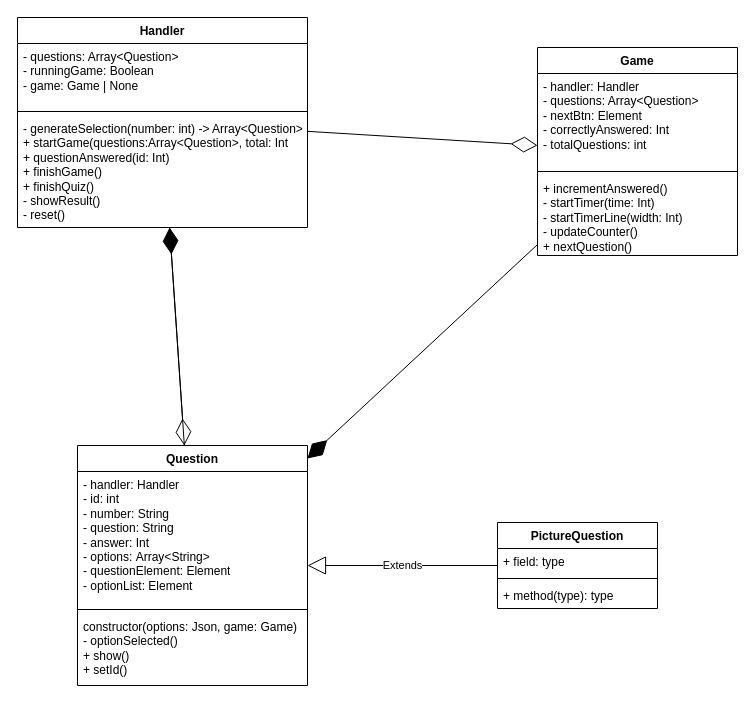
Earlier version of the draw.io diagram Quiz__Class_Diagramm.drawio (lewingrunenberg/tdgt-quiz). Source tidied: cells renumbered, new cells numbered last; positions are measured from the earlier drawing's top-left corner, leaving out a move shared by most shapes. Both pictures are drawn from the tidied source at 100%, with x=0, y=0 at pixel (17, 17).
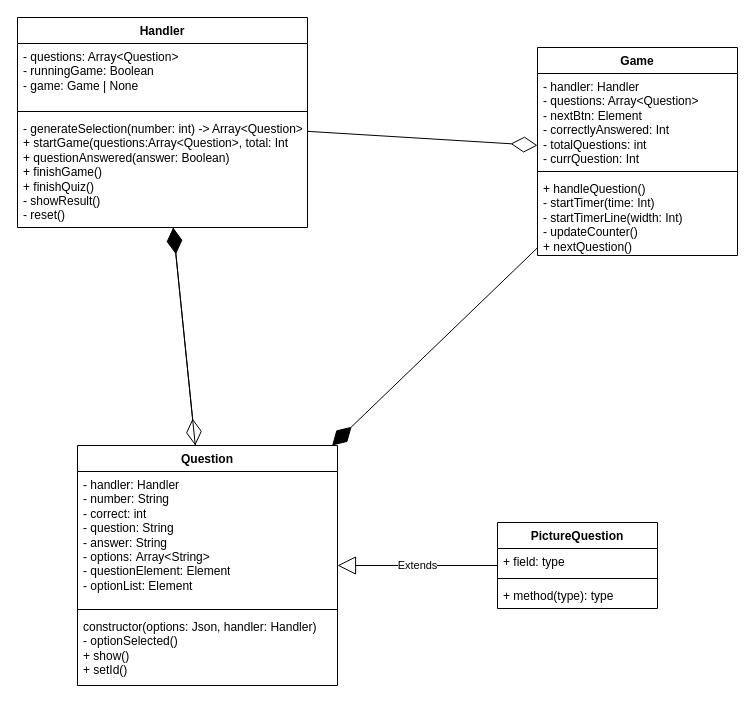
Above is the later version.

Commit message (it also covers changes not shown here):
updated class diagram added functions and constructor to the classes

Unchanged cells that the change refers to:
```xml
<mxCell id="2" value="Handler" style="swimlane;fontStyle=1;align=center;verticalAlign=top;horizontal=1;startSize=26;whiteSpace=wrap;html=1;" parent="1" vertex="1">
  <mxGeometry width="290" height="210" as="geometry" />
</mxCell>
<mxCell id="6" value="Game" style="swimlane;fontStyle=1;align=center;verticalAlign=top;horizontal=1;startSize=26;whiteSpace=wrap;html=1;" parent="1" vertex="1">
  <mxGeometry x="520" y="30" width="200" height="208" as="geometry" />
</mxCell>
```

Change to the diagram source:
```diff
@@
-    <mxCell id="5" value="- generateSelection(number: int) -&amp;gt; Array&amp;lt;Question&amp;gt;&lt;div&gt;+ startGame(questions:Array&amp;lt;Question&amp;gt;, total: Int&lt;/div&gt;&lt;div&gt;+ questionAnswered(id: Int)&lt;/div&gt;&lt;div&gt;+ finishGame()&lt;/div&gt;&lt;div&gt;+ finishQuiz()&lt;/div&gt;&lt;div&gt;- showResult()&lt;/div&gt;&lt;div&gt;- reset()&lt;/div&gt;" style="text;strokeColor=none;fillColor=none;align=left;verticalAlign=top;spacingLeft=4;spacingRight=4;overflow=hidden;whiteSpace=wrap;html=1;" parent="2" vertex="1">
+    <mxCell id="5" value="- generateSelection(number: int) -&amp;gt; Array&amp;lt;Question&amp;gt;&lt;div&gt;+ startGame(questions:Array&amp;lt;Question&amp;gt;, total: Int&lt;/div&gt;&lt;div&gt;+ questionAnswered(answer: Boolean)&lt;/div&gt;&lt;div&gt;+ finishGame()&lt;/div&gt;&lt;div&gt;+ finishQuiz()&lt;/div&gt;&lt;div&gt;- showResult()&lt;/div&gt;&lt;div&gt;- reset()&lt;/div&gt;" style="text;strokeColor=none;fillColor=none;align=left;verticalAlign=top;spacingLeft=4;spacingRight=4;overflow=hidden;whiteSpace=wrap;html=1;" parent="2" vertex="1">
       <mxGeometry y="98" width="290" height="112" as="geometry" />
     </mxCell>
@@
-    <mxCell id="7" value="- handler: Handler&lt;div&gt;- questions: Array&amp;lt;Question&amp;gt;&lt;/div&gt;&lt;div&gt;- nextBtn: Element&lt;/div&gt;&lt;div&gt;- correctlyAnswered: Int&lt;/div&gt;&lt;div&gt;- totalQuestions: int&lt;/div&gt;" style="text;strokeColor=none;fillColor=none;align=left;verticalAlign=top;spacingLeft=4;spacingRight=4;overflow=hidden;whiteSpace=wrap;html=1;" parent="6" vertex="1">
+    <mxCell id="7" value="- handler: Handler&lt;div&gt;- questions: Array&amp;lt;Question&amp;gt;&lt;/div&gt;&lt;div&gt;- nextBtn: Element&lt;/div&gt;&lt;div&gt;- correctlyAnswered: Int&lt;/div&gt;&lt;div&gt;- totalQuestions: int&lt;/div&gt;&lt;div&gt;- currQuestion: Int&lt;/div&gt;" style="text;strokeColor=none;fillColor=none;align=left;verticalAlign=top;spacingLeft=4;spacingRight=4;overflow=hidden;whiteSpace=wrap;html=1;" parent="6" vertex="1">
       <mxGeometry y="26" width="200" height="94" as="geometry" />
     </mxCell>
@@
-    <mxCell id="9" value="+ incrementAnswered()&lt;div&gt;- startTimer(time: Int)&lt;/div&gt;&lt;div&gt;- startTimerLine(width: Int)&lt;/div&gt;&lt;div&gt;- updateCounter()&lt;/div&gt;&lt;div&gt;+ nextQuestion()&lt;/div&gt;&lt;div&gt;&lt;br&gt;&lt;/div&gt;" style="text;strokeColor=none;fillColor=none;align=left;verticalAlign=top;spacingLeft=4;spacingRight=4;overflow=hidden;whiteSpace=wrap;html=1;" parent="6" vertex="1">
+    <mxCell id="9" value="+ handleQuestion()&lt;div&gt;- startTimer(time: Int)&lt;/div&gt;&lt;div&gt;- startTimerLine(width: Int)&lt;/div&gt;&lt;div&gt;- updateCounter()&lt;/div&gt;&lt;div&gt;+ nextQuestion()&lt;/div&gt;&lt;div&gt;&lt;br&gt;&lt;/div&gt;" style="text;strokeColor=none;fillColor=none;align=left;verticalAlign=top;spacingLeft=4;spacingRight=4;overflow=hidden;whiteSpace=wrap;html=1;" parent="6" vertex="1">
       <mxGeometry y="128" width="200" height="80" as="geometry" />
     </mxCell>
     <mxCell id="10" value="Question" style="swimlane;fontStyle=1;align=center;verticalAlign=top;horizontal=1;startSize=26;whiteSpace=wrap;html=1;" parent="1" vertex="1">
-      <mxGeometry x="60" y="428" width="230" height="240" as="geometry" />
+      <mxGeometry x="60" y="428" width="260" height="240" as="geometry" />
     </mxCell>
-    <mxCell id="11" value="- handler: Handler&lt;div&gt;- id: int&lt;/div&gt;&lt;div&gt;- number: String&lt;/div&gt;&lt;div&gt;- question: String&lt;/div&gt;&lt;div&gt;- answer: Int&lt;/div&gt;&lt;div&gt;- options:&amp;nbsp;&lt;span style=&quot;background-color: transparent; color: light-dark(rgb(0, 0, 0), rgb(255, 255, 255));&quot;&gt;Array&amp;lt;String&amp;gt;&lt;/span&gt;&lt;/div&gt;&lt;div&gt;&lt;span style=&quot;background-color: transparent; color: light-dark(rgb(0, 0, 0), rgb(255, 255, 255));&quot;&gt;- questionElement: Element&lt;/span&gt;&lt;/div&gt;&lt;div&gt;&lt;span style=&quot;background-color: transparent; color: light-dark(rgb(0, 0, 0), rgb(255, 255, 255));&quot;&gt;- optionList: Element&lt;/span&gt;&lt;/div&gt;" style="text;strokeColor=none;fillColor=none;align=left;verticalAlign=top;spacingLeft=4;spacingRight=4;overflow=hidden;whiteSpace=wrap;html=1;" parent="10" vertex="1">
-      <mxGeometry y="26" width="230" height="134" as="geometry" />
+    <mxCell id="11" value="- handler: Handler&lt;div&gt;- number: String&lt;/div&gt;&lt;div&gt;- correct: int&lt;/div&gt;&lt;div&gt;- question: String&lt;/div&gt;&lt;div&gt;- answer: String&lt;/div&gt;&lt;div&gt;- options:&amp;nbsp;&lt;span style=&quot;background-color: transparent; color: light-dark(rgb(0, 0, 0), rgb(255, 255, 255));&quot;&gt;Array&amp;lt;String&amp;gt;&lt;/span&gt;&lt;/div&gt;&lt;div&gt;&lt;span style=&quot;background-color: transparent; color: light-dark(rgb(0, 0, 0), rgb(255, 255, 255));&quot;&gt;- questionElement: Element&lt;/span&gt;&lt;/div&gt;&lt;div&gt;&lt;span style=&quot;background-color: transparent; color: light-dark(rgb(0, 0, 0), rgb(255, 255, 255));&quot;&gt;- optionList: Element&lt;/span&gt;&lt;/div&gt;" style="text;strokeColor=none;fillColor=none;align=left;verticalAlign=top;spacingLeft=4;spacingRight=4;overflow=hidden;whiteSpace=wrap;html=1;" parent="10" vertex="1">
+      <mxGeometry y="26" width="260" height="134" as="geometry" />
     </mxCell>
     <mxCell id="12" style="line;strokeWidth=1;fillColor=none;align=left;verticalAlign=middle;spacingTop=-1;spacingLeft=3;spacingRight=3;labelPosition=right;strokeColor=inherit;" parent="10" vertex="1">
-      <mxGeometry y="160" width="230" height="8" as="geometry" />
+      <mxGeometry y="160" width="260" height="8" as="geometry" />
     </mxCell>
-    <mxCell id="13" value="constructor(options: Json, game: Game)&lt;div&gt;- optionSelected()&lt;/div&gt;&lt;div&gt;+ show()&lt;/div&gt;&lt;div&gt;+ setId()&lt;/div&gt;" style="text;strokeColor=none;fillColor=none;align=left;verticalAlign=top;spacingLeft=4;spacingRight=4;overflow=hidden;whiteSpace=wrap;html=1;" parent="10" vertex="1">
-      <mxGeometry y="168" width="230" height="72" as="geometry" />
+    <mxCell id="13" value="constructor(options: Json, handler: Handler)&lt;div&gt;- optionSelected()&lt;/div&gt;&lt;div&gt;+ show()&lt;/div&gt;&lt;div&gt;+ setId()&lt;/div&gt;" style="text;strokeColor=none;fillColor=none;align=left;verticalAlign=top;spacingLeft=4;spacingRight=4;overflow=hidden;whiteSpace=wrap;html=1;" parent="10" vertex="1">
+      <mxGeometry y="168" width="260" height="72" as="geometry" />
     </mxCell>
```
